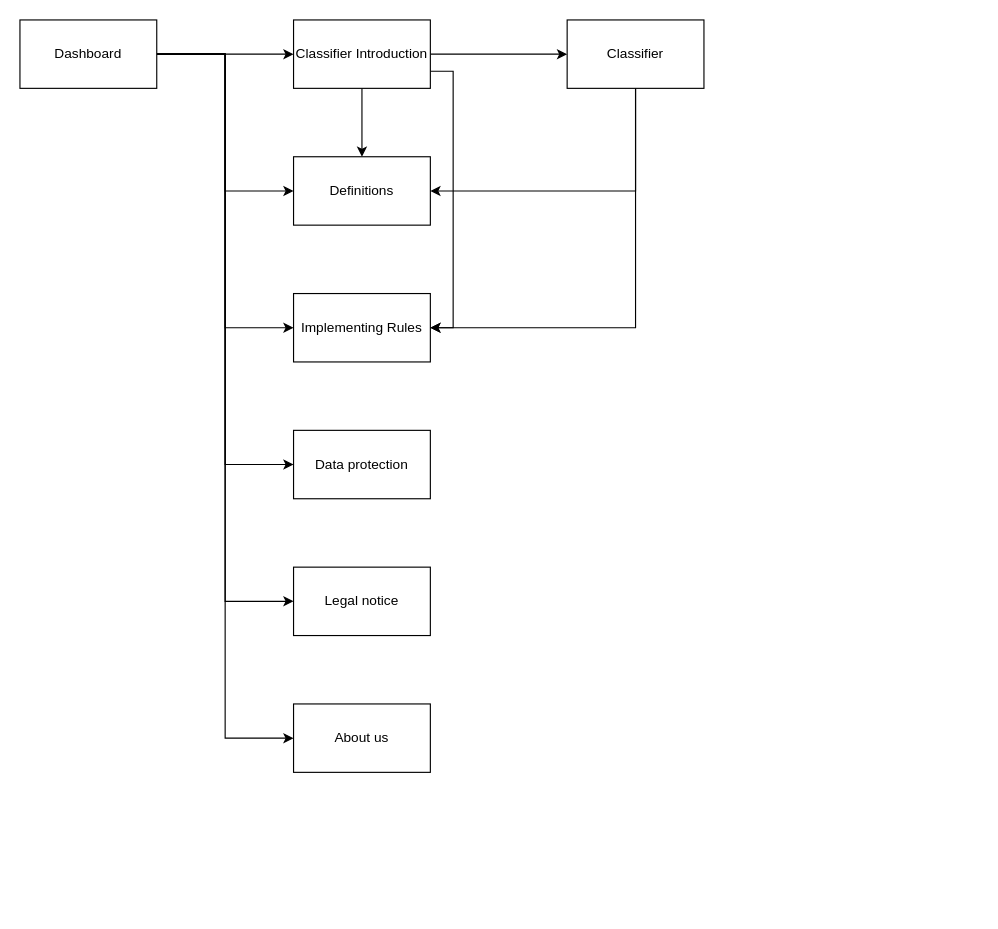
Earlier version of the draw.io diagram resources/visual_design/a_view_flow_chart.drawio (Strasbourg-Flutter-Meetup/medical-device-classifier). Source tidied: cells renumbered, new cells numbered last; positions are measured from the earlier drawing's top-left corner, leaving out a move shared by most shapes. Both pictures are drawn from the tidied source at 114%, with x=0, y=0 at pixel (19, 19).
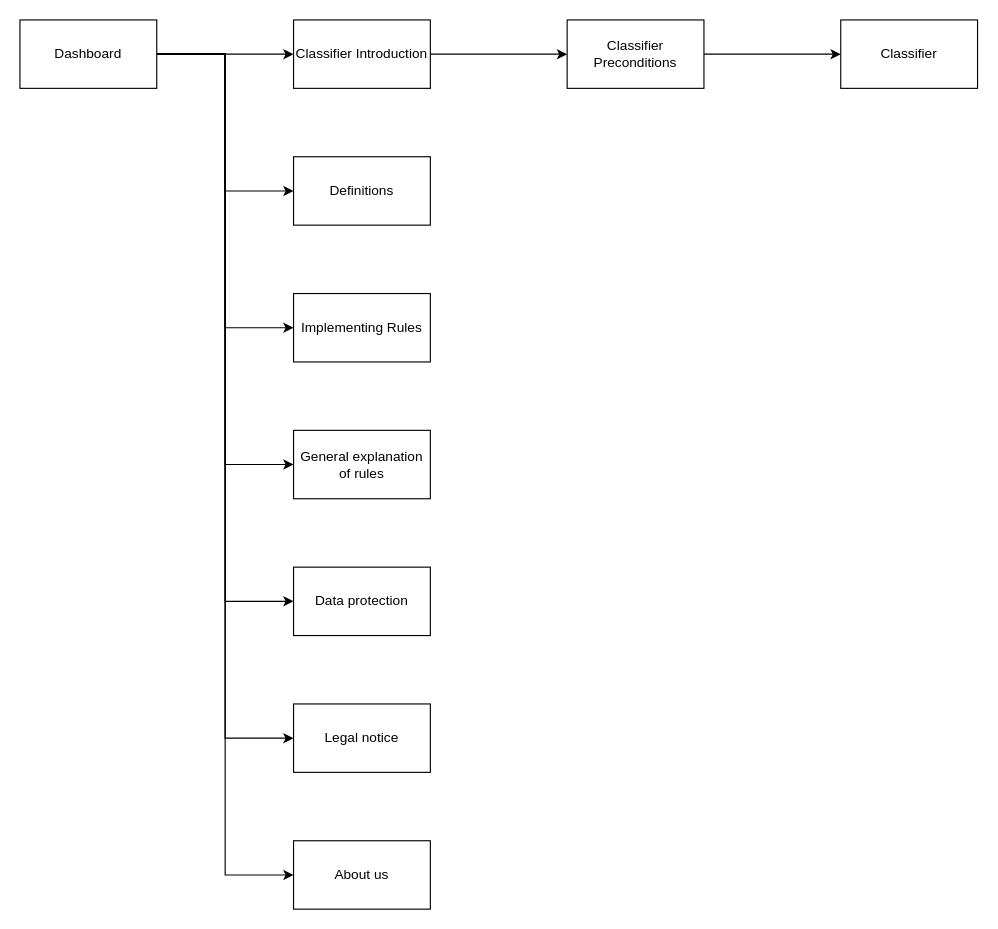
After the change.

The change refers to these unchanged cells:
```xml
<mxCell id="8" value="Dashboard" style="rounded=0;whiteSpace=wrap;html=1;" parent="1" vertex="1">
  <mxGeometry width="120" height="60" as="geometry" />
</mxCell>
<mxCell id="12" value="Classifier Introduction" style="rounded=0;whiteSpace=wrap;html=1;" parent="1" vertex="1">
  <mxGeometry x="240" width="120" height="60" as="geometry" />
</mxCell>
<mxCell id="13" value="Definitions" style="rounded=0;whiteSpace=wrap;html=1;" parent="1" vertex="1">
  <mxGeometry x="240" y="120" width="120" height="60" as="geometry" />
</mxCell>
<mxCell id="17" value="Implementing Rules" style="rounded=0;whiteSpace=wrap;html=1;" parent="1" vertex="1">
  <mxGeometry x="240" y="240" width="120" height="60" as="geometry" />
</mxCell>
```

The edit, as a diff of the source:
```diff
@@
+    <mxCell id="21" style="edgeStyle=orthogonalEdgeStyle;rounded=0;jettySize=auto;html=1;entryX=0;entryY=0.5;entryDx=0;entryDy=0;" parent="1" edge="1" source="8" target="23">
+      <mxGeometry relative="1" as="geometry" />
+    </mxCell>
@@
-    <mxCell id="10" style="edgeStyle=orthogonalEdgeStyle;rounded=0;jettySize=auto;html=1;entryX=0.5;entryY=0;entryDx=0;entryDy=0;" parent="1" edge="1" source="12" target="13">
-      <mxGeometry relative="1" as="geometry" />
-    </mxCell>
-    <mxCell id="11" style="edgeStyle=orthogonalEdgeStyle;rounded=0;jettySize=auto;html=1;exitX=1;exitY=0.75;exitDx=0;exitDy=0;entryX=1;entryY=0.5;entryDx=0;entryDy=0;" parent="1" edge="1" source="12" target="17">
-      <mxGeometry relative="1" as="geometry" />
-    </mxCell>
@@
     <mxCell id="14" value="Data protection" style="rounded=0;whiteSpace=wrap;html=1;" parent="1" vertex="1">
-      <mxGeometry x="240" y="360" width="120" height="60" as="geometry" />
+      <mxGeometry x="240" y="480" width="120" height="60" as="geometry" />
     </mxCell>
     <mxCell id="15" value="Legal notice" style="rounded=0;whiteSpace=wrap;html=1;" parent="1" vertex="1">
-      <mxGeometry x="240" y="480" width="120" height="60" as="geometry" />
+      <mxGeometry x="240" y="600" width="120" height="60" as="geometry" />
     </mxCell>
     <mxCell id="16" value="About us" style="rounded=0;whiteSpace=wrap;html=1;" parent="1" vertex="1">
-      <mxGeometry x="240" y="600" width="120" height="60" as="geometry" />
+      <mxGeometry x="240" y="720" width="120" height="60" as="geometry" />
     </mxCell>
@@
-    <mxCell id="18" style="edgeStyle=orthogonalEdgeStyle;rounded=0;jettySize=auto;html=1;entryX=1;entryY=0.5;entryDx=0;entryDy=0;" parent="1" edge="1" source="20" target="13">
-      <mxGeometry relative="1" as="geometry">
-        <Array as="points">
-          <mxPoint x="540" y="150" />
-        </Array>
-      </mxGeometry>
-    </mxCell>
-    <mxCell id="19" style="edgeStyle=orthogonalEdgeStyle;rounded=0;jettySize=auto;html=1;entryX=1;entryY=0.5;entryDx=0;entryDy=0;" parent="1" edge="1" source="20" target="17">
-      <mxGeometry relative="1" as="geometry">
-        <Array as="points">
-          <mxPoint x="540" y="270" />
-        </Array>
-      </mxGeometry>
-    </mxCell>
+    <mxCell id="22" style="edgeStyle=orthogonalEdgeStyle;rounded=0;jettySize=auto;html=1;entryX=0;entryY=0.5;entryDx=0;entryDy=0;" parent="1" edge="1" source="20" target="24">
+      <mxGeometry relative="1" as="geometry" />
+    </mxCell>
-    <mxCell id="20" value="Classifier" style="rounded=0;whiteSpace=wrap;html=1;" parent="1" vertex="1">
+    <mxCell id="20" value="Classifier Preconditions" style="rounded=0;whiteSpace=wrap;html=1;" parent="1" vertex="1">
       <mxGeometry x="480" width="120" height="60" as="geometry" />
     </mxCell>
+    <mxCell id="23" value="General explanation of rules" style="rounded=0;whiteSpace=wrap;html=1;" parent="1" vertex="1">
+      <mxGeometry x="240" y="360" width="120" height="60" as="geometry" />
+    </mxCell>
+    <mxCell id="24" value="Classifier" style="rounded=0;whiteSpace=wrap;html=1;" parent="1" vertex="1">
+      <mxGeometry x="720" width="120" height="60" as="geometry" />
+    </mxCell>
```
